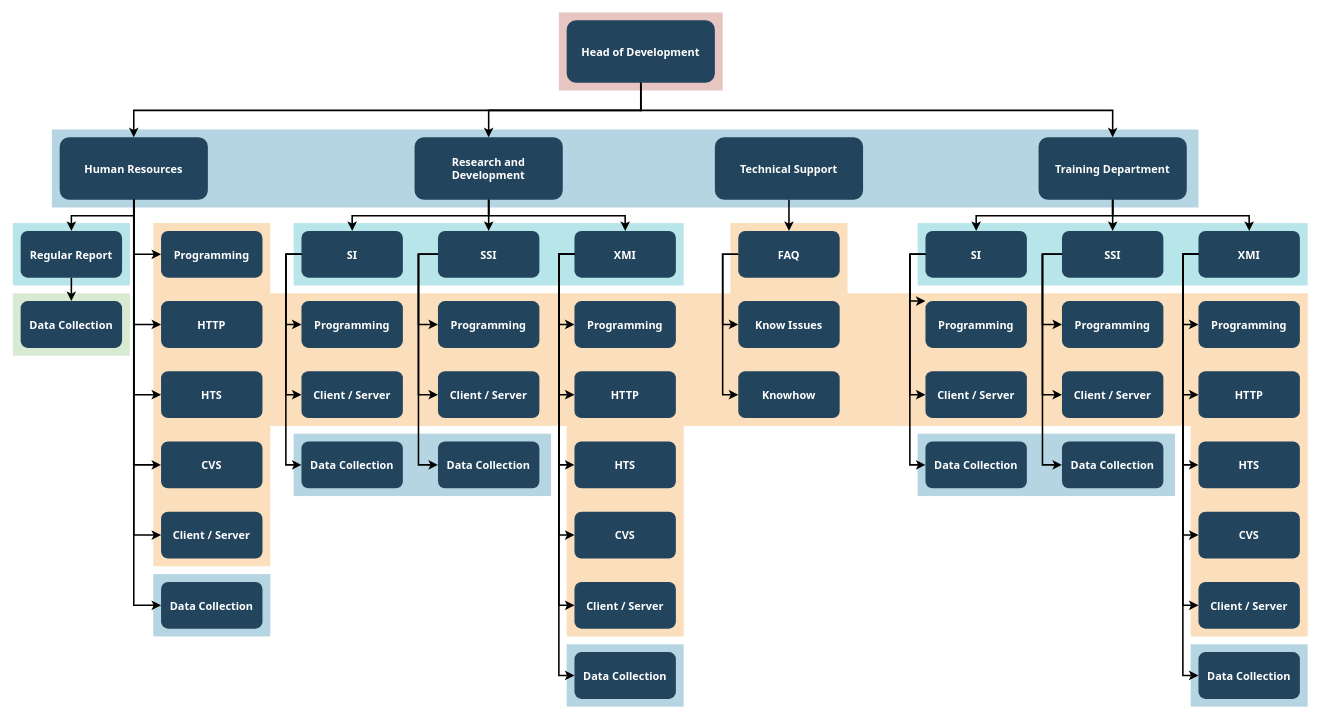
The draw.io diagram savchenko/Диаграмма без названия.drawio in Alexand-p/php-HomeTask-1, before the edit. Source tidied: cells renumbered, new cells numbered last; positions are measured from the earlier drawing's top-left corner, leaving out a move shared by most shapes. Both pictures are drawn from the tidied source at 78%, with x=0, y=0 at pixel (12, 12).
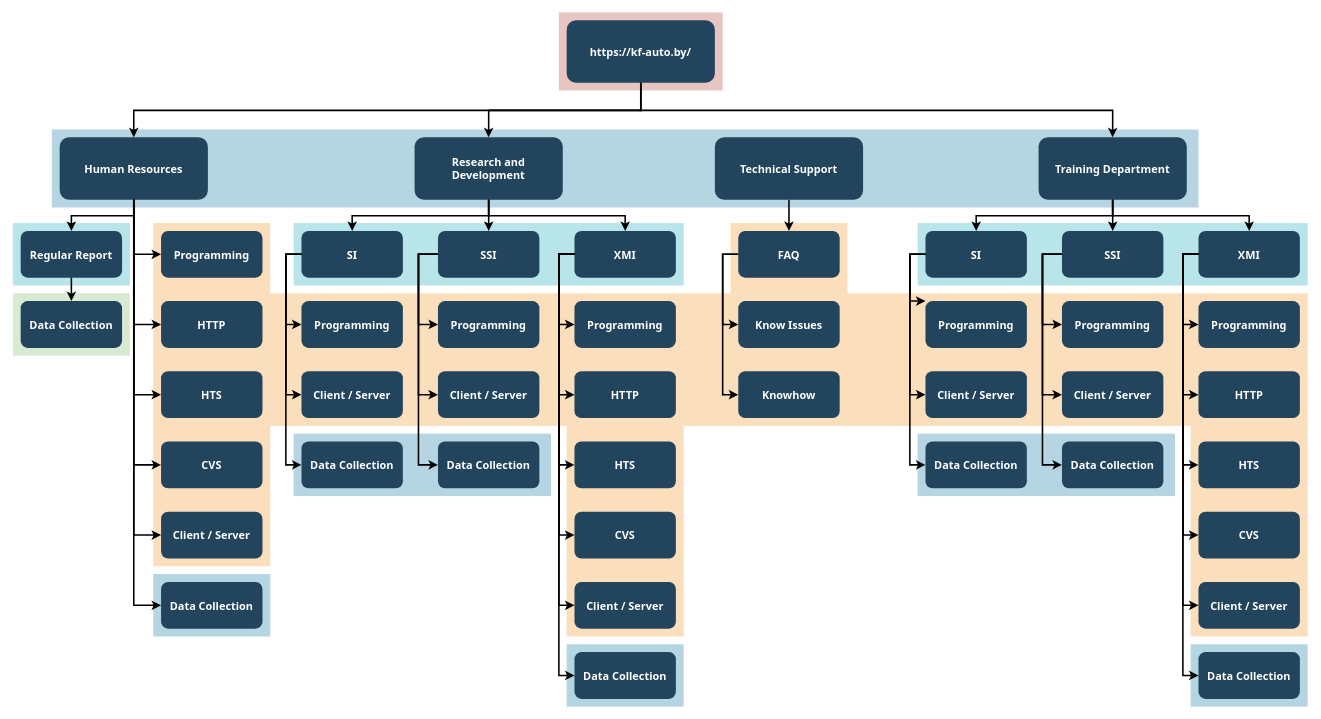
The same page after the edit.

Diff of the diagram source:
```diff
@@
-    <mxCell id="18" value="Head of Development" style="rounded=1;fillColor=#23445D;gradientColor=none;strokeColor=none;fontColor=#FFFFFF;fontStyle=1;fontFamily=Tahoma;fontSize=14;" parent="1" vertex="1">
+    <mxCell id="18" value="https://kf-auto.by/" style="rounded=1;fillColor=#23445D;gradientColor=none;strokeColor=none;fontColor=#FFFFFF;fontStyle=1;fontFamily=Tahoma;fontSize=14;" parent="1" vertex="1">
       <mxGeometry x="710" y="9.5" width="190" height="80" as="geometry" />
     </mxCell>
```
